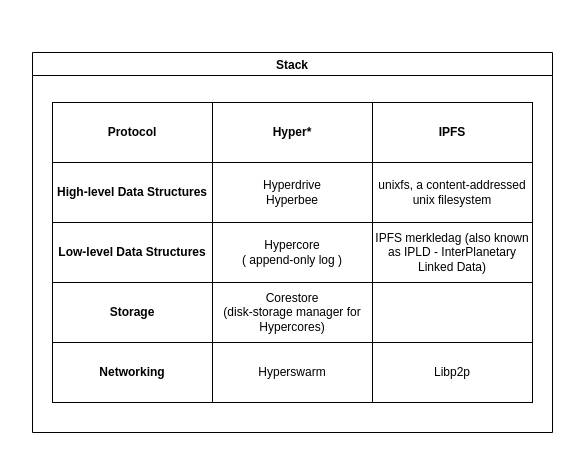
JJJS777/Praxisprojekt2022 keeps this draw.io diagram as page "E0: Vergleich" (2 of 8) of Untitled Diagram.drawio. Above is the earlier version. Source tidied: cells renumbered, new cells numbered last; positions are measured from the earlier drawing's top-left corner, leaving out a move shared by most shapes. Both pictures are drawn from the tidied source at 100%, with x=0, y=0 at pixel (32, 52).
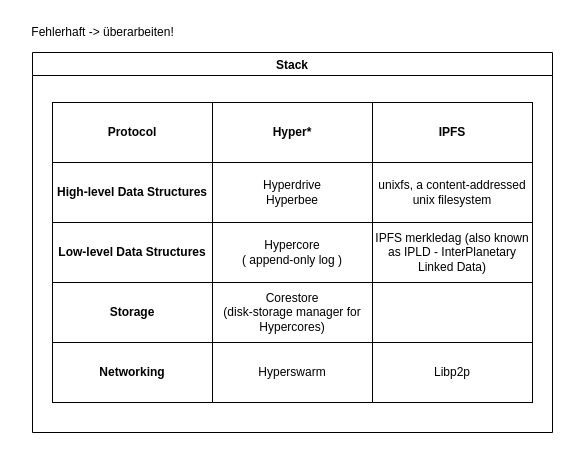
The same diagram, later.

Diff of the diagram source:
```diff
@@
 <mxGraphModel>
   <root>
     <mxCell id="0" />
     <mxCell id="1" parent="0" />
     <mxCell id="2" value="Stack" style="swimlane;" parent="1" vertex="1">
       <mxGeometry width="520" height="380" as="geometry" />
     </mxCell>
     <mxCell id="3" value="Hyper*" style="whiteSpace=wrap;html=1;align=center;fontStyle=1;fontSize=12;" parent="2" vertex="1">
       <mxGeometry x="180" y="50" width="160" height="60" as="geometry" />
     </mxCell>
     <mxCell id="4" value="IPFS merkledag (also known as IPLD - InterPlanetary Linked Data)" style="whiteSpace=wrap;html=1;align=center;fontSize=12;" parent="2" vertex="1">
       <mxGeometry x="340" y="170" width="160" height="60" as="geometry" />
     </mxCell>
     <mxCell id="5" value="Hypercore&lt;br&gt;( append-only log )" style="whiteSpace=wrap;html=1;align=center;fontSize=12;" parent="2" vertex="1">
       <mxGeometry x="180" y="170" width="160" height="60" as="geometry" />
     </mxCell>
     <mxCell id="6" value="IPFS" style="whiteSpace=wrap;html=1;align=center;fontStyle=1;fontSize=12;" parent="2" vertex="1">
       <mxGeometry x="340" y="50" width="160" height="60" as="geometry" />
     </mxCell>
     <mxCell id="7" value="Libp2p" style="whiteSpace=wrap;html=1;align=center;fontSize=12;" parent="2" vertex="1">
       <mxGeometry x="340" y="290" width="160" height="60" as="geometry" />
     </mxCell>
     <mxCell id="8" value="Hyperswarm" style="whiteSpace=wrap;html=1;align=center;fontSize=12;" parent="2" vertex="1">
       <mxGeometry x="180" y="290" width="160" height="60" as="geometry" />
     </mxCell>
     <mxCell id="9" value="Protocol" style="whiteSpace=wrap;html=1;align=center;fontStyle=1;fontSize=12;" parent="2" vertex="1">
       <mxGeometry x="20" y="50" width="160" height="60" as="geometry" />
     </mxCell>
     <mxCell id="10" value="Low-level Data Structures" style="whiteSpace=wrap;html=1;align=center;fontStyle=1;fontSize=12;" parent="2" vertex="1">
       <mxGeometry x="20" y="170" width="160" height="60" as="geometry" />
     </mxCell>
     <mxCell id="11" value="Networking" style="whiteSpace=wrap;html=1;align=center;fontStyle=1;fontSize=12;" parent="2" vertex="1">
       <mxGeometry x="20" y="290" width="160" height="60" as="geometry" />
     </mxCell>
     <mxCell id="12" value="Storage" style="whiteSpace=wrap;html=1;align=center;fontStyle=1;fontSize=12;" parent="2" vertex="1">
       <mxGeometry x="20" y="230" width="160" height="60" as="geometry" />
     </mxCell>
     <mxCell id="13" value="Corestore&lt;br&gt;(disk-storage manager for Hypercores)" style="whiteSpace=wrap;html=1;align=center;fontSize=12;" parent="2" vertex="1">
       <mxGeometry x="180" y="230" width="160" height="60" as="geometry" />
     </mxCell>
     <mxCell id="14" style="whiteSpace=wrap;html=1;align=center;fontSize=12;" parent="2" vertex="1">
       <mxGeometry x="340" y="230" width="160" height="60" as="geometry" />
     </mxCell>
     <mxCell id="15" value="unixfs, a content-addressed unix filesystem" style="whiteSpace=wrap;html=1;align=center;fontStyle=0;fontSize=12;" parent="2" vertex="1">
       <mxGeometry x="340" y="110" width="160" height="60" as="geometry" />
     </mxCell>
     <mxCell id="16" value="Hyperdrive &lt;br style=&quot;font-size: 12px;&quot;&gt;Hyperbee" style="whiteSpace=wrap;html=1;align=center;fontSize=12;" parent="2" vertex="1">
       <mxGeometry x="180" y="110" width="160" height="60" as="geometry" />
     </mxCell>
     <mxCell id="17" value="High-level Data Structures" style="whiteSpace=wrap;html=1;align=center;fontStyle=1;fontSize=12;" parent="2" vertex="1">
       <mxGeometry x="20" y="110" width="160" height="60" as="geometry" />
     </mxCell>
+    <mxCell id="18" value="Fehlerhaft -&amp;gt; überarbeiten!" style="text;html=1;align=center;verticalAlign=middle;strokeColor=none;fillColor=none;" parent="1" vertex="1">
+      <mxGeometry x="-15" y="-35" width="170" height="30" as="geometry" />
+    </mxCell>
   </root>
 </mxGraphModel>
```
